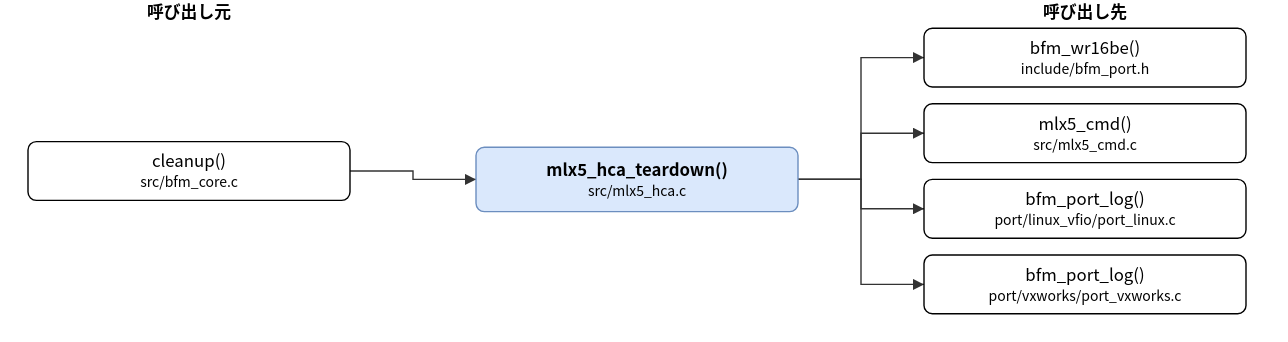
hf355051012-ai/bfmem keeps this draw.io diagram as doc/spec/images/call_src_mlx5_hca-mlx5_hca_teardown.drawio.svg. Above is the earlier version. Source tidied: cells renumbered, new cells last; positions are measured from the earlier drawing's top-left corner, leaving out a move shared by most shapes.
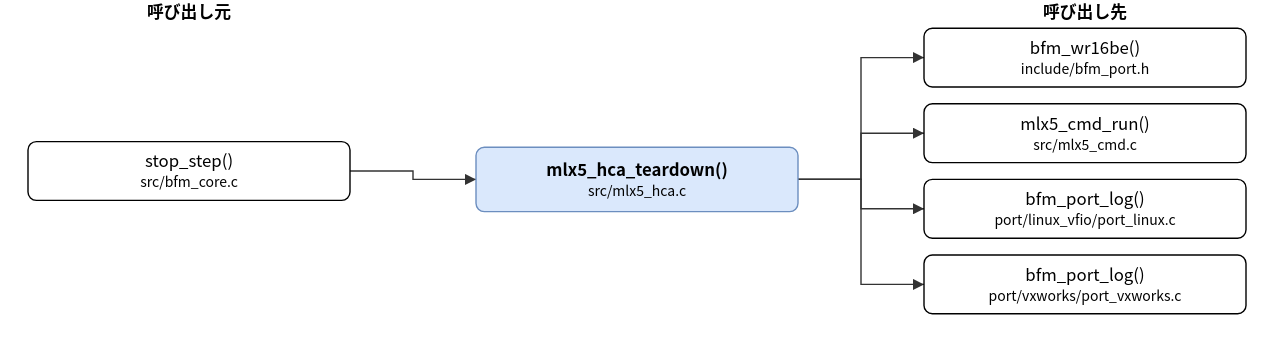
The same diagram one commit later.

Change to the diagram source:
```diff
@@ -5,13 +5,13 @@
     <mxCell id="2" value="mlx5_hca_teardown()&lt;br&gt;&lt;font style=&quot;font-size:10px&quot;&gt;src/mlx5_hca.c&lt;/font&gt;" style="rounded=1;whiteSpace=wrap;html=1;fillColor=#dae8fc;strokeColor=#6c8ebf;fontStyle=1;" parent="1" vertex="1">
       <mxGeometry x="320" y="105" width="230" height="46" as="geometry" />
     </mxCell>
-    <mxCell id="3" value="cleanup()&lt;br&gt;&lt;font style=&quot;font-size:10px&quot;&gt;src/bfm_core.c&lt;/font&gt;" style="rounded=1;whiteSpace=wrap;html=1;" parent="1" vertex="1">
+    <mxCell id="3" value="stop_step()&lt;br&gt;&lt;font style=&quot;font-size:10px&quot;&gt;src/bfm_core.c&lt;/font&gt;" style="rounded=1;whiteSpace=wrap;html=1;" parent="1" vertex="1">
       <mxGeometry y="101" width="230" height="42" as="geometry" />
     </mxCell>
     <mxCell id="4" value="bfm_wr16be()&lt;br&gt;&lt;font style=&quot;font-size:10px&quot;&gt;include/bfm_port.h&lt;/font&gt;" style="rounded=1;whiteSpace=wrap;html=1;" parent="1" vertex="1">
       <mxGeometry x="640" y="20" width="230" height="42" as="geometry" />
     </mxCell>
-    <mxCell id="5" value="mlx5_cmd()&lt;br&gt;&lt;font style=&quot;font-size:10px&quot;&gt;src/mlx5_cmd.c&lt;/font&gt;" style="rounded=1;whiteSpace=wrap;html=1;" parent="1" vertex="1">
+    <mxCell id="5" value="mlx5_cmd_run()&lt;br&gt;&lt;font style=&quot;font-size:10px&quot;&gt;src/mlx5_cmd.c&lt;/font&gt;" style="rounded=1;whiteSpace=wrap;html=1;" parent="1" vertex="1">
       <mxGeometry x="640" y="74" width="230" height="42" as="geometry" />
     </mxCell>
     <mxCell id="6" value="bfm_port_log()&lt;br&gt;&lt;font style=&quot;font-size:10px&quot;&gt;port/linux_vfio/port_linux.c&lt;/font&gt;" style="rounded=1;whiteSpace=wrap;html=1;" parent="1" vertex="1">
```
